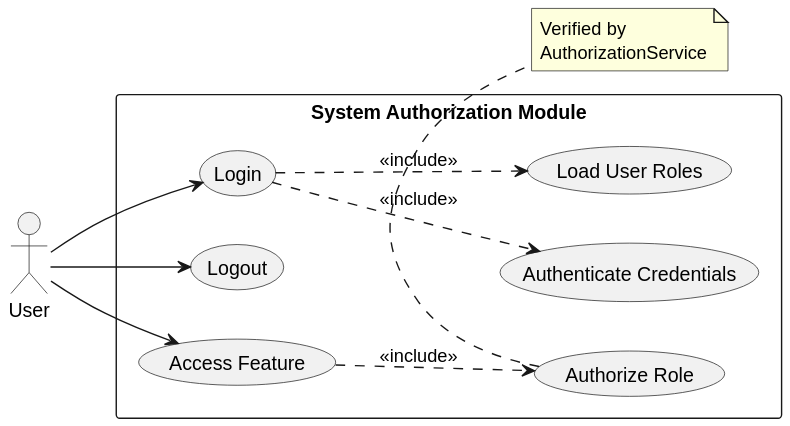
DuartePinto1240/sem4pi2526-sem4pi2526_2da2 keeps this PlantUML diagram as docs/Sprint 2/EAPLI/US030/svg/US030-user-case-diagram.svg. Above is the earlier version.
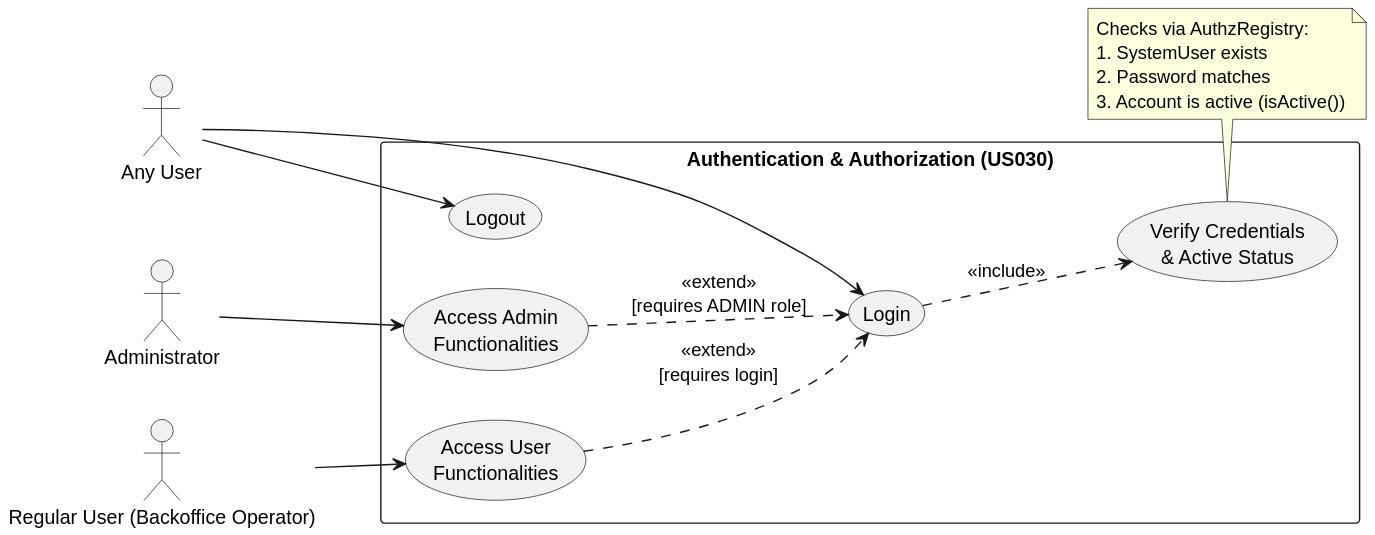
After the commit.

The edit, as a diff of the source:
```diff
@@ -1,27 +1,32 @@
 @startuml
 left to right direction
 
-actor "User" as U
+actor "Any User" as U
+actor "Administrator" as A
+actor "Regular User (Backoffice Operator)" as RU
 
-rectangle "System Authorization Module" {
+rectangle "Authentication & Authorization (US030)" {
   usecase "Login" as UC_Login
   usecase "Logout" as UC_Logout
-  usecase "Authenticate Credentials" as UC_Auth
-  usecase "Load User Roles" as UC_Roles
-  usecase "Access Feature" as UC_Feature
-  usecase "Authorize Role" as UC_Access
+  usecase "Verify Credentials\n& Active Status" as UC_Verify
+  usecase "Access Admin\nFunctionalities" as UC_Admin
+  usecase "Access User\nFunctionalities" as UC_User
 }
 
 U --> UC_Login
 U --> UC_Logout
-U --> UC_Feature
 
-UC_Login ..> UC_Auth : <<include>>
-UC_Login ..> UC_Roles : <<include>>
-UC_Feature ..> UC_Access : <<include>>
+A --> UC_Admin
+RU --> UC_User
 
-note bottom of UC_Access
-  Verified by
-  AuthorizationService
+UC_Login ..> UC_Verify : <<include>>
+UC_Admin ..> UC_Login : <<extend>>\n[requires ADMIN role]
+UC_User  ..> UC_Login : <<extend>>\n[requires login]
+
+note bottom of UC_Verify
+  Checks via AuthzRegistry:
+  1. SystemUser exists
+  2. Password matches
+  3. Account is active (isActive())
 end note
 @enduml
```
